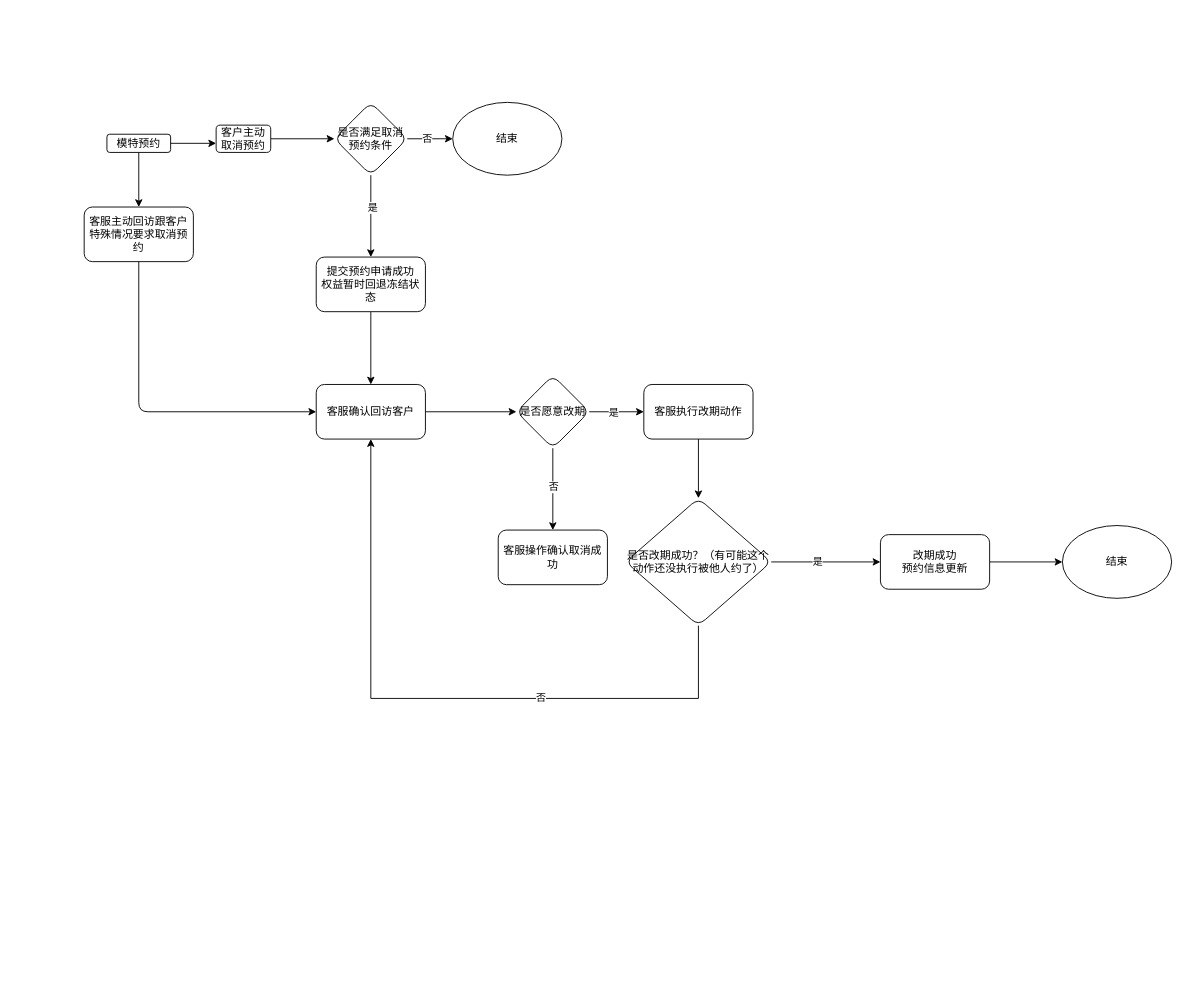
Before: Untitled Diagram.drawio in wwj449/test, a draw.io diagram. Source tidied: cells renumbered, new cells numbered last; positions are measured from the earlier drawing's top-left corner, leaving out a move shared by most shapes. Both pictures are drawn from the tidied source at 91%, with x=0, y=0 at pixel (84, 102).
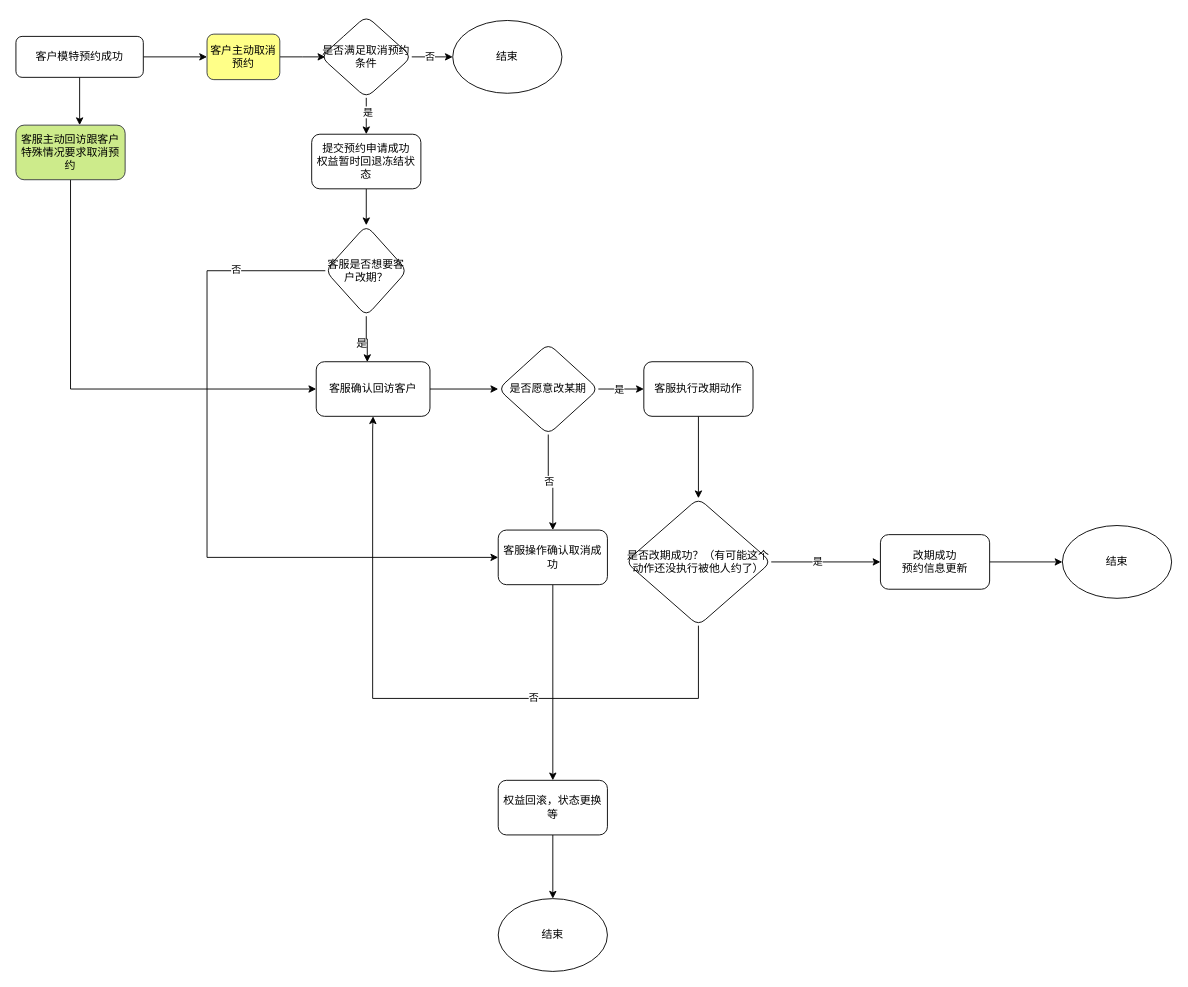
The same page after the edit.

Unchanged cells that the change refers to:
```xml
<mxCell id="22" value="客服操作确认取消成功" style="whiteSpace=wrap;html=1;rounded=1;" parent="1" vertex="1">
  <mxGeometry x="455" y="470" width="120" height="60" as="geometry" />
</mxCell>
<mxCell id="30" value="是否改期成功？（有可能这个动作还没执行被他人约了）" style="rhombus;whiteSpace=wrap;html=1;rounded=1;" parent="1" vertex="1">
  <mxGeometry x="595" y="435" width="160" height="140" as="geometry" />
</mxCell>
```

What changed in the source:
```diff
@@
     <mxCell id="2" style="edgeStyle=orthogonalEdgeStyle;rounded=0;jettySize=auto;html=1;" parent="1" edge="1" source="3" target="25">
-      <mxGeometry relative="1" as="geometry" />
+      <mxGeometry relative="1" as="geometry">
+        <Array as="points">
+          <mxPoint x="-5" y="15" />
+          <mxPoint x="-5" y="15" />
+        </Array>
+      </mxGeometry>
     </mxCell>
+    <mxCell id="4" style="edgeStyle=orthogonalEdgeStyle;rounded=0;jettySize=auto;html=1;entryX=0;entryY=0.5;entryDx=0;entryDy=0;" parent="1" edge="1" source="3" target="6">
+      <mxGeometry relative="1" as="geometry" />
+    </mxCell>
-    <mxCell id="3" value="模特预约" style="rounded=1;whiteSpace=wrap;html=1;" parent="1" vertex="1">
-      <mxGeometry x="25" y="35" width="70" height="20" as="geometry" />
+    <mxCell id="3" value="客户模特预约成功" style="rounded=1;whiteSpace=wrap;html=1;" parent="1" vertex="1">
+      <mxGeometry x="-75" y="-72.5" width="140" height="45" as="geometry" />
     </mxCell>
-    <mxCell id="4" style="endArrow=classic;html=1;exitX=1;exitY=0.5;exitDx=0;exitDy=0;" parent="1" edge="1" source="3" target="6">
-      <mxGeometry relative="1" as="geometry">
-        <Array as="points">
-          <mxPoint x="145" y="45" />
-        </Array>
-      </mxGeometry>
-    </mxCell>
-    <mxCell id="5" style="edgeStyle=orthogonalEdgeStyle;rounded=0;jettySize=auto;html=1;" parent="1" edge="1" source="6" target="11">
-      <mxGeometry relative="1" as="geometry" />
+    <mxCell id="5" style="edgeStyle=orthogonalEdgeStyle;rounded=0;jettySize=auto;html=1;" parent="1" edge="1" source="6">
+      <mxGeometry relative="1" as="geometry">
+        <mxPoint x="265" y="-50" as="targetPoint" />
+      </mxGeometry>
     </mxCell>
-    <mxCell id="6" value="客户主动取消预约" style="rounded=1;whiteSpace=wrap;html=1;" parent="1" vertex="1">
-      <mxGeometry x="145" y="25" width="60" height="30" as="geometry" />
+    <mxCell id="6" value="客户主动取消预约" style="rounded=1;whiteSpace=wrap;html=1;fillColor=#ffff88;strokeColor=#36393d;" parent="1" vertex="1">
+      <mxGeometry x="135" y="-75" width="80" height="50" as="geometry" />
     </mxCell>
-    <mxCell id="7" style="edgeStyle=orthogonalEdgeStyle;rounded=0;jettySize=auto;html=1;" parent="1" edge="1" source="11" target="14">
-      <mxGeometry relative="1" as="geometry" />
+    <mxCell id="7" style="edgeStyle=orthogonalEdgeStyle;rounded=0;jettySize=auto;html=1;exitX=1;exitY=0.5;exitDx=0;exitDy=0;" parent="1" edge="1" source="11">
+      <mxGeometry relative="1" as="geometry">
+        <mxPoint x="405" y="-50" as="targetPoint" />
+      </mxGeometry>
     </mxCell>
@@
     <mxCell id="11" value="是否满足取消预约条件" style="rhombus;whiteSpace=wrap;html=1;rounded=1;" parent="1" vertex="1">
-      <mxGeometry x="275" width="80" height="80" as="geometry" />
+      <mxGeometry x="260" y="-95" width="100" height="90" as="geometry" />
     </mxCell>
-    <mxCell id="12" style="edgeStyle=orthogonalEdgeStyle;rounded=0;jettySize=auto;html=1;" parent="1" edge="1" source="13" target="16">
-      <mxGeometry relative="1" as="geometry" />
-    </mxCell>
+    <mxCell id="35" style="edgeStyle=orthogonalEdgeStyle;rounded=0;jettySize=auto;html=1;" parent="1" edge="1" source="13" target="40">
+      <mxGeometry relative="1" as="geometry" />
+    </mxCell>
     <mxCell id="13" value="提交预约申请成功&lt;br&gt;权益暂时回退冻结状态" style="whiteSpace=wrap;html=1;rounded=1;" parent="1" vertex="1">
-      <mxGeometry x="255" y="170" width="120" height="60" as="geometry" />
+      <mxGeometry x="250" y="35" width="120" height="60" as="geometry" />
     </mxCell>
     <mxCell id="14" value="结束" style="ellipse;whiteSpace=wrap;html=1;" parent="1" vertex="1">
-      <mxGeometry x="405" width="120" height="80" as="geometry" />
+      <mxGeometry x="405" y="-90" width="120" height="80" as="geometry" />
     </mxCell>
-    <mxCell id="15" style="edgeStyle=orthogonalEdgeStyle;rounded=0;jettySize=auto;html=1;" parent="1" edge="1" source="16" target="21">
-      <mxGeometry relative="1" as="geometry" />
-    </mxCell>
-    <mxCell id="16" value="客服确认回访客户" style="whiteSpace=wrap;html=1;rounded=1;" parent="1" vertex="1">
-      <mxGeometry x="255" y="310" width="120" height="60" as="geometry" />
-    </mxCell>
@@
-    <mxCell id="21" value="是否愿意改期" style="rhombus;whiteSpace=wrap;html=1;rounded=1;" parent="1" vertex="1">
-      <mxGeometry x="475" y="300" width="80" height="80" as="geometry" />
+    <mxCell id="21" value="是否愿意改某期" style="rhombus;whiteSpace=wrap;html=1;rounded=1;" parent="1" vertex="1">
+      <mxGeometry x="455" y="265" width="110" height="100" as="geometry" />
     </mxCell>
+    <mxCell id="36" style="edgeStyle=orthogonalEdgeStyle;rounded=0;jettySize=auto;html=1;" parent="1" edge="1" source="22" target="43">
+      <mxGeometry relative="1" as="geometry" />
+    </mxCell>
@@
     <mxCell id="24" value="客服执行改期动作" style="whiteSpace=wrap;html=1;rounded=1;" parent="1" vertex="1">
-      <mxGeometry x="615" y="310" width="120" height="60" as="geometry" />
+      <mxGeometry x="615" y="285" width="120" height="60" as="geometry" />
     </mxCell>
+    <mxCell id="34" style="edgeStyle=orthogonalEdgeStyle;rounded=0;jettySize=auto;html=1;entryX=0;entryY=0.5;entryDx=0;entryDy=0;" parent="1" edge="1" source="25" target="16">
+      <mxGeometry relative="1" as="geometry">
+        <Array as="points">
+          <mxPoint x="-15" y="315" />
+        </Array>
+      </mxGeometry>
+    </mxCell>
-    <mxCell id="25" value="客服主动回访跟客户特殊情况要求取消预约" style="whiteSpace=wrap;html=1;rounded=1;" parent="1" vertex="1">
-      <mxGeometry y="115" width="120" height="60" as="geometry" />
+    <mxCell id="25" value="客服主动回访跟客户特殊情况要求取消预约" style="whiteSpace=wrap;html=1;rounded=1;fillColor=#cdeb8b;strokeColor=#36393d;" parent="1" vertex="1">
+      <mxGeometry x="-75" y="25" width="120" height="60" as="geometry" />
     </mxCell>
@@
-    <mxCell id="28" style="edgeStyle=orthogonalEdgeStyle;rounded=0;jettySize=auto;html=1;" parent="1" edge="1" source="30" target="16">
+    <mxCell id="28" style="edgeStyle=orthogonalEdgeStyle;rounded=0;jettySize=auto;html=1;entryX=0.5;entryY=1;entryDx=0;entryDy=0;" parent="1" edge="1" source="30" target="16">
       <mxGeometry relative="1" as="geometry">
         <Array as="points">
           <mxPoint x="675" y="655" />
-          <mxPoint x="315" y="655" />
+          <mxPoint x="317" y="655" />
+          <mxPoint x="317" y="360" />
         </Array>
       </mxGeometry>
     </mxCell>
@@
-    <mxCell id="34" style="endArrow=classic;html=1;exitX=0.5;exitY=1;exitDx=0;exitDy=0;entryX=0;entryY=0.5;entryDx=0;entryDy=0;" parent="1" edge="1" source="25" target="16">
-      <mxGeometry relative="1" as="geometry">
-        <Array as="points">
-          <mxPoint x="60" y="340" />
-        </Array>
-      </mxGeometry>
-    </mxCell>
+    <mxCell id="37" style="edgeStyle=orthogonalEdgeStyle;rounded=0;jettySize=auto;html=1;entryX=0.449;entryY=0.006;entryDx=0;entryDy=0;entryPerimeter=0;" parent="1" edge="1" source="40" target="16">
+      <mxGeometry relative="1" as="geometry" />
+    </mxCell>
+    <mxCell id="38" style="edgeStyle=orthogonalEdgeStyle;rounded=0;jettySize=auto;html=1;entryX=0;entryY=0.5;entryDx=0;entryDy=0;" parent="1" edge="1" source="40" target="22">
+      <mxGeometry relative="1" as="geometry">
+        <Array as="points">
+          <mxPoint x="135" y="185" />
+          <mxPoint x="135" y="500" />
+        </Array>
+      </mxGeometry>
+    </mxCell>
+    <mxCell id="39" value="否" style="edgeLabel;html=1;align=center;verticalAlign=middle;" parent="38" vertex="1">
+      <mxGeometry x="-0.74" y="-2" relative="1" as="geometry" />
+    </mxCell>
+    <mxCell id="40" value="客服是否想要客户改期？" style="rhombus;whiteSpace=wrap;html=1;rounded=1;" parent="1" vertex="1">
+      <mxGeometry x="265" y="135" width="90" height="100" as="geometry" />
+    </mxCell>
+    <mxCell id="15" style="edgeStyle=orthogonalEdgeStyle;rounded=0;jettySize=auto;html=1;entryX=0;entryY=0.5;entryDx=0;entryDy=0;" parent="1" edge="1" source="16" target="21">
+      <mxGeometry relative="1" as="geometry" />
+    </mxCell>
+    <mxCell id="16" value="客服确认回访客户" style="whiteSpace=wrap;html=1;rounded=1;" parent="1" vertex="1">
+      <mxGeometry x="255" y="285" width="125" height="60" as="geometry" />
+    </mxCell>
+    <mxCell id="41" value="是" style="text;html=1;align=center;verticalAlign=middle;" parent="1" vertex="1">
+      <mxGeometry x="290" y="255" width="30" height="20" as="geometry" />
+    </mxCell>
+    <mxCell id="42" style="edgeStyle=orthogonalEdgeStyle;rounded=0;jettySize=auto;html=1;" parent="1" edge="1" source="43" target="44">
+      <mxGeometry relative="1" as="geometry" />
+    </mxCell>
+    <mxCell id="43" value="权益回滚，状态更换等" style="rounded=1;whiteSpace=wrap;html=1;" parent="1" vertex="1">
+      <mxGeometry x="455" y="745" width="120" height="60" as="geometry" />
+    </mxCell>
+    <mxCell id="44" value="结束" style="ellipse;whiteSpace=wrap;html=1;rounded=1;" parent="1" vertex="1">
+      <mxGeometry x="455" y="875" width="120" height="80" as="geometry" />
+    </mxCell>
```
